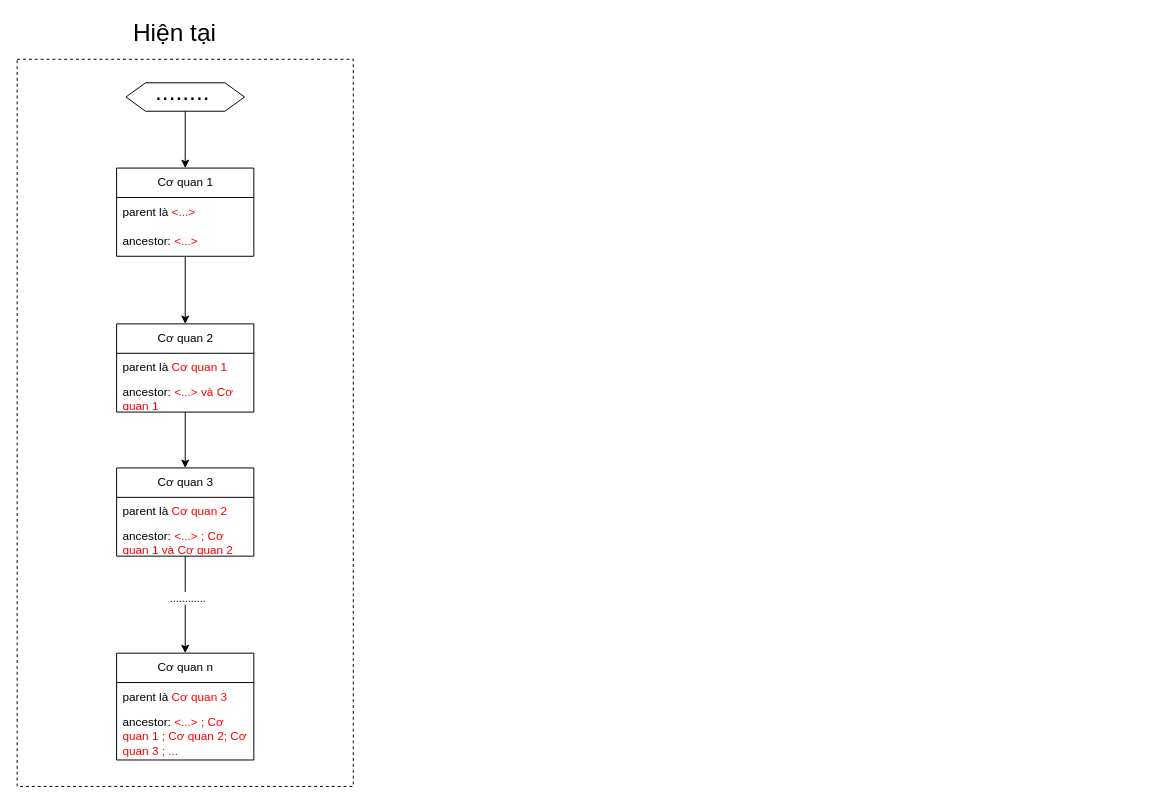
This is kafka ancestors.drawio from mitgaming/drawio, a draw.io file, before an edit. Source tidied: cells renumbered, new cells numbered last; positions are measured from the earlier drawing's top-left corner, leaving out a move shared by most shapes. Both pictures are drawn from the tidied source at 98%, with x=0, y=0 at pixel (17, 17).
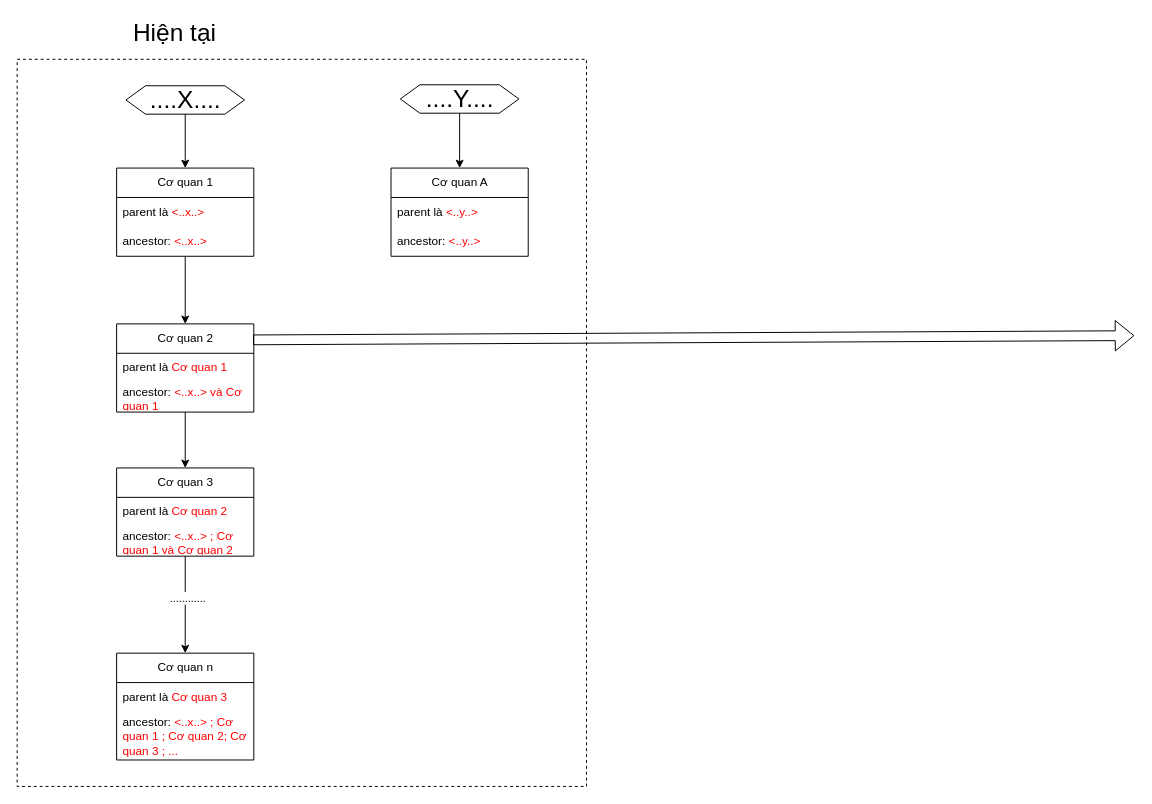
Above is the later version.

Commit message (it also covers changes not shown here):
Cập nhật kafka ancestors.drawio

Unchanged cells that the change refers to:
```xml
<mxCell id="9" value="Cơ quan 1" style="swimlane;fontStyle=0;horizontal=1;startSize=30;whiteSpace=wrap;html=1;" parent="1" vertex="1">
  <mxGeometry x="101.5" y="154" width="140" height="90" as="geometry" />
</mxCell>
<mxCell id="13" value="Cơ quan 2" style="swimlane;fontStyle=0;horizontal=1;startSize=30;whiteSpace=wrap;html=1;" parent="1" vertex="1">
  <mxGeometry x="101.5" y="313" width="140" height="90" as="geometry" />
</mxCell>
<mxCell id="18" value="Cơ quan 3" style="swimlane;fontStyle=0;horizontal=1;startSize=30;whiteSpace=wrap;html=1;" parent="1" vertex="1">
  <mxGeometry x="101.5" y="460" width="140" height="90" as="geometry" />
</mxCell>
<mxCell id="21" value="Cơ quan n" style="swimlane;fontStyle=0;horizontal=1;startSize=30;whiteSpace=wrap;html=1;" parent="1" vertex="1">
  <mxGeometry x="101.5" y="649" width="140" height="109" as="geometry" />
</mxCell>
```

Diff of the diagram source:
```diff
@@
     <mxCell id="2" style="rounded=0;whiteSpace=wrap;html=1;dashed=1;" parent="1" vertex="1">
-      <mxGeometry y="43" width="343" height="742" as="geometry" />
+      <mxGeometry y="43" width="581" height="742" as="geometry" />
     </mxCell>
@@
     <mxCell id="4" style="group;" parent="1" vertex="1">
-      <mxGeometry x="111" y="67" width="121" height="29" as="geometry" />
+      <mxGeometry x="111" y="70" width="121" height="29" as="geometry" />
     </mxCell>
@@
-    <mxCell id="6" value="&lt;font style=&quot;font-size: 25px;&quot;&gt;........&lt;/font&gt;" style="text;html=1;strokeColor=none;fillColor=none;align=center;verticalAlign=middle;whiteSpace=wrap;rounded=0;" parent="4" vertex="1">
-      <mxGeometry x="25" y="-0.5" width="66" height="16" as="geometry" />
+    <mxCell id="6" value="&lt;font style=&quot;font-size: 25px;&quot;&gt;....X....&lt;/font&gt;" style="text;html=1;strokeColor=none;fillColor=none;align=center;verticalAlign=middle;whiteSpace=wrap;rounded=0;" parent="4" vertex="1">
+      <mxGeometry x="28" y="4.5" width="66" height="16" as="geometry" />
     </mxCell>
@@
-    <mxCell id="10" value="parent là &lt;font color=&quot;#ff0000&quot;&gt;&amp;lt;...&amp;gt;&lt;/font&gt;" style="text;strokeColor=none;fillColor=none;align=left;verticalAlign=middle;spacingLeft=4;spacingRight=4;overflow=hidden;whiteSpace=wrap;html=1;" parent="9" vertex="1">
+    <mxCell id="10" value="parent là &lt;font color=&quot;#ff0000&quot;&gt;&amp;lt;..x..&amp;gt;&lt;/font&gt;" style="text;strokeColor=none;fillColor=none;align=left;verticalAlign=middle;spacingLeft=4;spacingRight=4;overflow=hidden;whiteSpace=wrap;html=1;" parent="9" vertex="1">
       <mxGeometry y="30" width="140" height="30" as="geometry" />
     </mxCell>
-    <mxCell id="11" value="ancestor: &lt;font color=&quot;#ff0000&quot;&gt;&amp;lt;...&amp;gt;&lt;/font&gt;" style="text;strokeColor=none;fillColor=none;align=left;verticalAlign=middle;spacingLeft=4;spacingRight=4;overflow=hidden;whiteSpace=wrap;html=1;" parent="9" vertex="1">
+    <mxCell id="11" value="ancestor: &lt;font color=&quot;#ff0000&quot;&gt;&amp;lt;..x..&amp;gt;&lt;/font&gt;" style="text;strokeColor=none;fillColor=none;align=left;verticalAlign=middle;spacingLeft=4;spacingRight=4;overflow=hidden;whiteSpace=wrap;html=1;" parent="9" vertex="1">
       <mxGeometry y="60" width="140" height="30" as="geometry" />
     </mxCell>
@@
-    <mxCell id="15" value="ancestor: &lt;font color=&quot;#ff0000&quot;&gt;&amp;lt;...&amp;gt; và Cơ quan 1&lt;/font&gt;" style="text;strokeColor=none;fillColor=none;align=left;verticalAlign=middle;spacingLeft=4;spacingRight=4;overflow=hidden;whiteSpace=wrap;html=1;" parent="13" vertex="1">
+    <mxCell id="15" value="ancestor: &lt;font color=&quot;#ff0000&quot;&gt;&amp;lt;..x..&amp;gt; và Cơ quan 1&lt;/font&gt;" style="text;strokeColor=none;fillColor=none;align=left;verticalAlign=middle;spacingLeft=4;spacingRight=4;overflow=hidden;whiteSpace=wrap;html=1;" parent="13" vertex="1">
       <mxGeometry y="60" width="140" height="30" as="geometry" />
     </mxCell>
@@
-    <mxCell id="20" value="ancestor: &lt;font color=&quot;#ff0000&quot;&gt;&amp;lt;...&amp;gt; ; Cơ quan 1 và Cơ quan 2&lt;/font&gt;" style="text;strokeColor=none;fillColor=none;align=left;verticalAlign=middle;spacingLeft=4;spacingRight=4;overflow=hidden;whiteSpace=wrap;html=1;" parent="18" vertex="1">
+    <mxCell id="20" value="ancestor: &lt;font color=&quot;#ff0000&quot;&gt;&amp;lt;..x..&amp;gt; ; Cơ quan 1 và Cơ quan 2&lt;/font&gt;" style="text;strokeColor=none;fillColor=none;align=left;verticalAlign=middle;spacingLeft=4;spacingRight=4;overflow=hidden;whiteSpace=wrap;html=1;" parent="18" vertex="1">
       <mxGeometry y="60" width="140" height="30" as="geometry" />
     </mxCell>
@@
-    <mxCell id="23" value="ancestor: &lt;font color=&quot;#ff0000&quot;&gt;&amp;lt;...&amp;gt; ; Cơ quan 1 ; Cơ quan 2; Cơ quan 3 ; ...&lt;/font&gt;" style="text;strokeColor=none;fillColor=none;align=left;verticalAlign=middle;spacingLeft=4;spacingRight=4;overflow=hidden;whiteSpace=wrap;html=1;" parent="21" vertex="1">
+    <mxCell id="23" value="ancestor: &lt;font color=&quot;#ff0000&quot;&gt;&amp;lt;..x..&amp;gt; ; Cơ quan 1 ; Cơ quan 2; Cơ quan 3 ; ...&lt;/font&gt;" style="text;strokeColor=none;fillColor=none;align=left;verticalAlign=middle;spacingLeft=4;spacingRight=4;overflow=hidden;whiteSpace=wrap;html=1;" parent="21" vertex="1">
       <mxGeometry y="60" width="140" height="49" as="geometry" />
     </mxCell>
+    <mxCell id="24" style="shape=flexArrow;endArrow=classic;html=1;rounded=0;exitX=0.994;exitY=0.181;exitDx=0;exitDy=0;exitPerimeter=0;" parent="1" edge="1" source="13">
+      <mxGeometry relative="1" as="geometry">
+        <mxPoint x="1140" y="325" as="targetPoint" />
+      </mxGeometry>
+    </mxCell>
+    <mxCell id="25" value="Cơ quan A" style="swimlane;fontStyle=0;horizontal=1;startSize=30;whiteSpace=wrap;html=1;" parent="1" vertex="1">
+      <mxGeometry x="381.5" y="154" width="140" height="90" as="geometry" />
+    </mxCell>
+    <mxCell id="26" value="parent là &lt;font color=&quot;#ff0000&quot;&gt;&amp;lt;..y..&amp;gt;&lt;/font&gt;" style="text;strokeColor=none;fillColor=none;align=left;verticalAlign=middle;spacingLeft=4;spacingRight=4;overflow=hidden;whiteSpace=wrap;html=1;" parent="25" vertex="1">
+      <mxGeometry y="30" width="140" height="30" as="geometry" />
+    </mxCell>
+    <mxCell id="27" value="ancestor: &lt;font color=&quot;#ff0000&quot;&gt;&amp;lt;..y..&amp;gt;&lt;/font&gt;" style="text;strokeColor=none;fillColor=none;align=left;verticalAlign=middle;spacingLeft=4;spacingRight=4;overflow=hidden;whiteSpace=wrap;html=1;" parent="25" vertex="1">
+      <mxGeometry y="60" width="140" height="30" as="geometry" />
+    </mxCell>
+    <mxCell id="28" style="group;" parent="1" vertex="1">
+      <mxGeometry x="391" y="69" width="121" height="29" as="geometry" />
+    </mxCell>
+    <mxCell id="29" style="shape=hexagon;perimeter=hexagonPerimeter2;whiteSpace=wrap;html=1;fixedSize=1;" parent="28" vertex="1">
+      <mxGeometry width="121" height="29" as="geometry" />
+    </mxCell>
+    <mxCell id="30" value="&lt;font style=&quot;font-size: 25px;&quot;&gt;....Y....&lt;/font&gt;" style="text;html=1;strokeColor=none;fillColor=none;align=center;verticalAlign=middle;whiteSpace=wrap;rounded=0;" parent="28" vertex="1">
+      <mxGeometry x="28" y="4.5" width="66" height="16" as="geometry" />
+    </mxCell>
+    <mxCell id="31" style="edgeStyle=orthogonalEdgeStyle;rounded=0;jettySize=auto;html=1;entryX=0.5;entryY=0;entryDx=0;entryDy=0;" parent="1" edge="1" source="29" target="25">
+      <mxGeometry relative="1" as="geometry" />
+    </mxCell>
```
